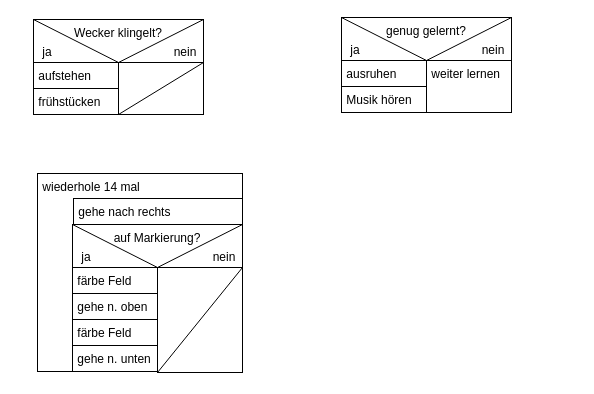
The draw.io diagram page "Bedingte Anweisung" (2 of 4) of Jahrgangsstufe 7.drawio in JoernWVSG/diagram, before the edit. Source tidied: cells renumbered, new cells numbered last; positions are measured from the earlier drawing's top-left corner, leaving out a move shared by most shapes. Both pictures are drawn from the tidied source at 100%, with x=0, y=0 at pixel (17, 17).
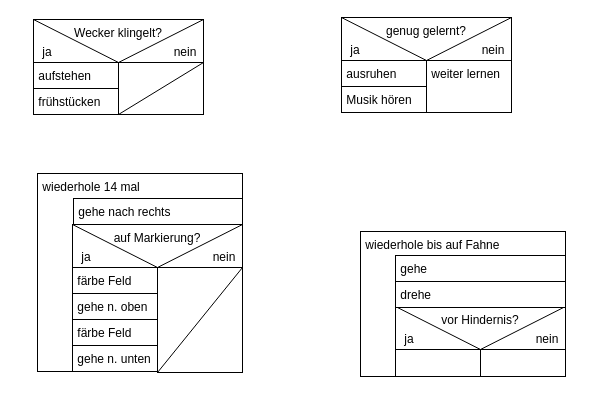
The same diagram, later.

Diff of the diagram source:
```diff
@@
+    <mxCell id="33" value="&amp;nbsp;wiederhole bis auf Fahne" style="rounded=0;whiteSpace=wrap;html=1;align=left;verticalAlign=top;" parent="1" vertex="1">
+      <mxGeometry x="343" y="214" width="205" height="145" as="geometry" />
+    </mxCell>
+    <mxCell id="34" value="&amp;nbsp;gehe" style="rounded=0;whiteSpace=wrap;html=1;align=left;verticalAlign=top;" parent="1" vertex="1">
+      <mxGeometry x="378" y="238" width="170" height="26" as="geometry" />
+    </mxCell>
+    <mxCell id="35" value="vor Hindernis?" style="rounded=0;whiteSpace=wrap;html=1;align=center;verticalAlign=top;" parent="1" vertex="1">
+      <mxGeometry x="378" y="289" width="170" height="70" as="geometry" />
+    </mxCell>
+    <mxCell id="36" style="rounded=0;whiteSpace=wrap;html=1;align=left;verticalAlign=top;" parent="1" vertex="1">
+      <mxGeometry x="378" y="332" width="85" height="27" as="geometry" />
+    </mxCell>
+    <mxCell id="37" style="endArrow=none;html=1;rounded=0;exitX=0;exitY=0;exitDx=0;exitDy=0;entryX=0;entryY=0;entryDx=0;entryDy=0;" parent="1" edge="1">
+      <mxGeometry relative="1" as="geometry">
+        <mxPoint x="378" y="289" as="sourcePoint" />
+        <mxPoint x="463" y="332" as="targetPoint" />
+      </mxGeometry>
+    </mxCell>
+    <mxCell id="38" style="endArrow=none;html=1;rounded=0;exitX=0;exitY=0;exitDx=0;exitDy=0;entryX=1;entryY=0;entryDx=0;entryDy=0;" parent="1" edge="1">
+      <mxGeometry relative="1" as="geometry">
+        <mxPoint x="463" y="332" as="sourcePoint" />
+        <mxPoint x="548" y="289" as="targetPoint" />
+      </mxGeometry>
+    </mxCell>
+    <mxCell id="39" value="ja" style="text;html=1;align=center;verticalAlign=middle;whiteSpace=wrap;rounded=0;" parent="1" vertex="1">
+      <mxGeometry x="362" y="307" width="60" height="30" as="geometry" />
+    </mxCell>
+    <mxCell id="40" value="nein" style="text;html=1;align=center;verticalAlign=middle;whiteSpace=wrap;rounded=0;" parent="1" vertex="1">
+      <mxGeometry x="500" y="307" width="60" height="30" as="geometry" />
+    </mxCell>
+    <mxCell id="41" value="&amp;nbsp;drehe" style="rounded=0;whiteSpace=wrap;html=1;align=left;verticalAlign=top;" parent="1" vertex="1">
+      <mxGeometry x="378" y="264" width="170" height="26" as="geometry" />
+    </mxCell>
+    <mxCell id="42" style="rounded=0;whiteSpace=wrap;html=1;align=left;verticalAlign=top;" parent="1" vertex="1">
+      <mxGeometry x="463" y="332" width="85" height="27" as="geometry" />
+    </mxCell>
```
